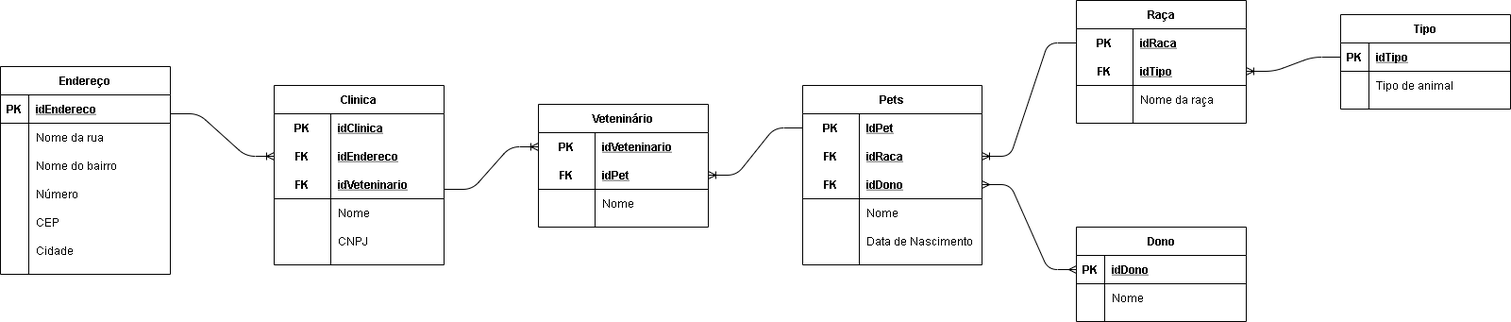
Above: SENAI-Sprint.1-BD/1.3/Modelo-Logico.png in Flavia-OlSi/SENAI-Segundo.Semestre (draw.io), before the change. Source tidied: cells renumbered, new cells last; positions are measured from the earlier drawing's top-left corner, leaving out a move shared by most shapes.
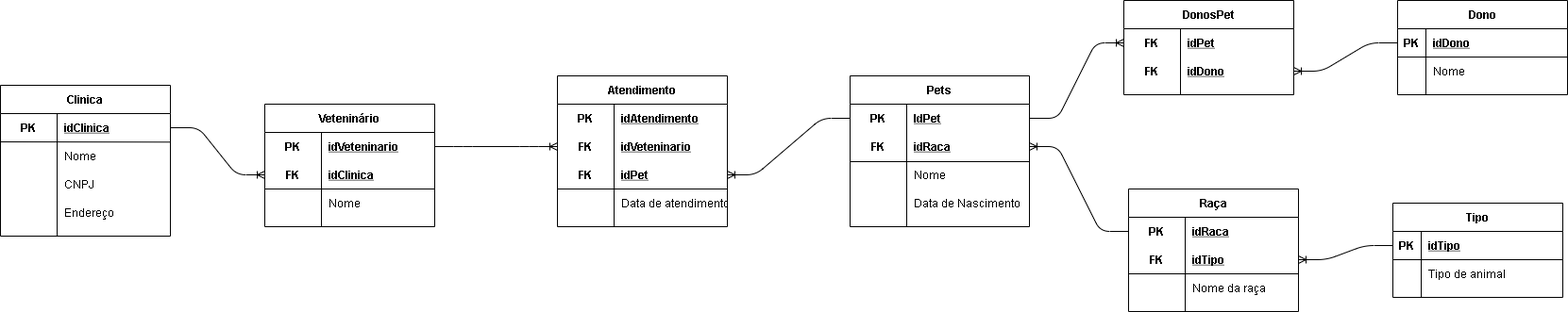
The same file after the commit.

The edit, as a diff of the source:
```diff
@@ -2,65 +2,8 @@
   <root>
     <mxCell id="0" />
     <mxCell id="1" parent="0" />
-    <mxCell id="2" value="Endereço" style="shape=table;startSize=30;rowLines=0;fontStyle=1;align=center;" parent="1" vertex="1">
-      <mxGeometry y="70" width="180" height="220" as="geometry" />
-    </mxCell>
-    <mxCell id="3" style="shape=partialRectangle;fillColor=none;top=0;left=0;bottom=1;right=0;" parent="2" vertex="1">
-      <mxGeometry y="30" width="180" height="30" as="geometry" />
-    </mxCell>
-    <mxCell id="4" value="PK" style="shape=partialRectangle;fillColor=none;top=0;left=0;bottom=0;right=0;fontStyle=1;overflow=hidden;" parent="3" vertex="1">
-      <mxGeometry width="30" height="30" as="geometry" />
-    </mxCell>
-    <mxCell id="5" value="idEndereco" style="shape=partialRectangle;fillColor=none;top=0;left=0;bottom=0;right=0;align=left;spacingLeft=6;fontStyle=5;overflow=hidden;" parent="3" vertex="1">
-      <mxGeometry x="30" width="150" height="30" as="geometry" />
-    </mxCell>
-    <mxCell id="6" style="shape=partialRectangle;fillColor=none;top=0;left=0;bottom=0;right=0;" parent="2" vertex="1">
-      <mxGeometry y="60" width="180" height="30" as="geometry" />
-    </mxCell>
-    <mxCell id="7" style="shape=partialRectangle;fillColor=none;top=0;left=0;bottom=0;right=0;overflow=hidden;" parent="6" vertex="1">
-      <mxGeometry width="30" height="30" as="geometry" />
-    </mxCell>
-    <mxCell id="8" value="Nome da rua" style="shape=partialRectangle;fillColor=none;top=0;left=0;bottom=0;right=0;align=left;spacingLeft=6;overflow=hidden;" parent="6" vertex="1">
-      <mxGeometry x="30" width="150" height="30" as="geometry" />
-    </mxCell>
-    <mxCell id="9" style="shape=partialRectangle;fillColor=none;top=0;left=0;bottom=0;right=0;" parent="2" vertex="1">
-      <mxGeometry y="90" width="180" height="30" as="geometry" />
-    </mxCell>
-    <mxCell id="10" style="shape=partialRectangle;fillColor=none;top=0;left=0;bottom=0;right=0;overflow=hidden;" parent="9" vertex="1">
-      <mxGeometry width="30" height="30" as="geometry" />
-    </mxCell>
-    <mxCell id="11" value="Nome do bairro" style="shape=partialRectangle;fillColor=none;top=0;left=0;bottom=0;right=0;align=left;spacingLeft=6;overflow=hidden;" parent="9" vertex="1">
-      <mxGeometry x="30" width="150" height="30" as="geometry" />
-    </mxCell>
-    <mxCell id="12" style="shape=partialRectangle;fillColor=none;top=0;left=0;bottom=0;right=0;" parent="2" vertex="1">
-      <mxGeometry y="120" width="180" height="30" as="geometry" />
-    </mxCell>
-    <mxCell id="13" style="shape=partialRectangle;fillColor=none;top=0;left=0;bottom=0;right=0;overflow=hidden;" parent="12" vertex="1">
-      <mxGeometry width="30" height="30" as="geometry" />
-    </mxCell>
-    <mxCell id="14" value="Número" style="shape=partialRectangle;fillColor=none;top=0;left=0;bottom=0;right=0;align=left;spacingLeft=6;overflow=hidden;" parent="12" vertex="1">
-      <mxGeometry x="30" width="150" height="30" as="geometry" />
-    </mxCell>
-    <mxCell id="15" style="shape=partialRectangle;fillColor=none;top=0;left=0;bottom=0;right=0;" parent="2" vertex="1">
-      <mxGeometry y="150" width="180" height="30" as="geometry" />
-    </mxCell>
-    <mxCell id="16" style="shape=partialRectangle;fillColor=none;top=0;left=0;bottom=0;right=0;overflow=hidden;" parent="15" vertex="1">
-      <mxGeometry width="30" height="30" as="geometry" />
-    </mxCell>
-    <mxCell id="17" value="CEP" style="shape=partialRectangle;fillColor=none;top=0;left=0;bottom=0;right=0;align=left;spacingLeft=6;overflow=hidden;" parent="15" vertex="1">
-      <mxGeometry x="30" width="150" height="30" as="geometry" />
-    </mxCell>
-    <mxCell id="18" style="shape=partialRectangle;fillColor=none;top=0;left=0;bottom=0;right=0;" parent="2" vertex="1">
-      <mxGeometry y="180" width="180" height="30" as="geometry" />
-    </mxCell>
-    <mxCell id="19" style="shape=partialRectangle;fillColor=none;top=0;left=0;bottom=0;right=0;overflow=hidden;" parent="18" vertex="1">
-      <mxGeometry width="30" height="30" as="geometry" />
-    </mxCell>
-    <mxCell id="20" value="Cidade" style="shape=partialRectangle;fillColor=none;top=0;left=0;bottom=0;right=0;align=left;spacingLeft=6;overflow=hidden;" parent="18" vertex="1">
-      <mxGeometry x="30" width="150" height="30" as="geometry" />
-    </mxCell>
     <mxCell id="21" value="Clinica" style="shape=table;startSize=30;rowLines=0;fontStyle=1;align=center;" parent="1" vertex="1">
-      <mxGeometry x="290" y="90" width="180" height="190" as="geometry" />
+      <mxGeometry y="80" width="180" height="160" as="geometry" />
     </mxCell>
     <mxCell id="22" style="shape=partialRectangle;fillColor=none;top=0;left=0;bottom=0;right=0;points=[[0,0.5],[1,0.5]];portConstraint=eastwest;" parent="21" vertex="1">
       <mxGeometry y="30" width="180" height="30" as="geometry" />
@@ -71,26 +14,8 @@
     <mxCell id="24" value="idClinica" style="shape=partialRectangle;fillColor=none;top=0;left=0;bottom=0;right=0;align=left;spacingLeft=6;fontStyle=5;overflow=hidden;" parent="22" vertex="1">
       <mxGeometry x="60" width="120" height="30" as="geometry" />
     </mxCell>
-    <mxCell id="25" style="shape=partialRectangle;fillColor=none;top=0;left=0;bottom=0;right=0;points=[[0,0.5],[1,0.5]];portConstraint=eastwest;" parent="21" vertex="1">
-      <mxGeometry y="60" width="180" height="30" as="geometry" />
-    </mxCell>
-    <mxCell id="26" value="FK" style="shape=partialRectangle;fillColor=none;top=0;left=0;bottom=0;right=0;fontStyle=1;overflow=hidden;" parent="25" vertex="1">
-      <mxGeometry width="60" height="30" as="geometry" />
-    </mxCell>
-    <mxCell id="27" value="idEndereco" style="shape=partialRectangle;fillColor=none;top=0;left=0;bottom=0;right=0;align=left;spacingLeft=6;fontStyle=5;overflow=hidden;" parent="25" vertex="1">
-      <mxGeometry x="60" width="120" height="30" as="geometry" />
-    </mxCell>
-    <mxCell id="28" style="shape=partialRectangle;fillColor=none;top=0;left=0;bottom=1;right=0;points=[[0,0.5],[1,0.5]];portConstraint=eastwest;" parent="21" vertex="1">
-      <mxGeometry y="90" width="180" height="30" as="geometry" />
-    </mxCell>
-    <mxCell id="29" value="FK" style="shape=partialRectangle;fillColor=none;top=0;left=0;bottom=0;right=0;fontStyle=1;overflow=hidden;" parent="28" vertex="1">
-      <mxGeometry width="60" height="30" as="geometry" />
-    </mxCell>
-    <mxCell id="30" value="idVeteninario" style="shape=partialRectangle;fillColor=none;top=0;left=0;bottom=0;right=0;align=left;spacingLeft=6;fontStyle=5;overflow=hidden;" parent="28" vertex="1">
-      <mxGeometry x="60" width="120" height="30" as="geometry" />
-    </mxCell>
     <mxCell id="31" style="shape=partialRectangle;fillColor=none;top=0;left=0;bottom=0;right=0;" parent="21" vertex="1">
-      <mxGeometry y="120" width="180" height="30" as="geometry" />
+      <mxGeometry y="60" width="180" height="30" as="geometry" />
     </mxCell>
     <mxCell id="32" style="shape=partialRectangle;fillColor=none;top=0;left=0;bottom=0;right=0;overflow=hidden;" parent="31" vertex="1">
       <mxGeometry width="60" height="30" as="geometry" />
@@ -99,7 +24,7 @@
       <mxGeometry x="60" width="120" height="30" as="geometry" />
     </mxCell>
     <mxCell id="34" style="shape=partialRectangle;fillColor=none;top=0;left=0;bottom=0;right=0;" parent="21" vertex="1">
-      <mxGeometry y="150" width="180" height="30" as="geometry" />
+      <mxGeometry y="90" width="180" height="30" as="geometry" />
     </mxCell>
     <mxCell id="35" style="shape=partialRectangle;fillColor=none;top=0;left=0;bottom=0;right=0;overflow=hidden;" parent="34" vertex="1">
       <mxGeometry width="60" height="30" as="geometry" />
@@ -107,8 +32,23 @@
     <mxCell id="36" value="CNPJ" style="shape=partialRectangle;fillColor=none;top=0;left=0;bottom=0;right=0;align=left;spacingLeft=6;overflow=hidden;" parent="34" vertex="1">
       <mxGeometry x="60" width="120" height="30" as="geometry" />
     </mxCell>
+    <mxCell id="93" style="shape=partialRectangle;fillColor=none;top=0;left=0;bottom=0;right=0;" parent="21" vertex="1">
+      <mxGeometry y="120" width="180" height="30" as="geometry" />
+    </mxCell>
+    <mxCell id="94" style="shape=partialRectangle;fillColor=none;top=0;left=0;bottom=0;right=0;overflow=hidden;" parent="93" vertex="1">
+      <mxGeometry width="60" height="30" as="geometry" />
+    </mxCell>
+    <mxCell id="2" value="Endereço" style="shape=partialRectangle;fillColor=none;top=0;left=0;bottom=0;right=0;align=left;spacingLeft=6;overflow=hidden;" parent="93" vertex="1">
+      <mxGeometry x="60" width="120" height="30" as="geometry" />
+    </mxCell>
+    <mxCell id="95" style="endArrow=none;html=1;entryX=0.994;entryY=-0.124;entryDx=0;entryDy=0;entryPerimeter=0;" parent="21" edge="1">
+      <mxGeometry relative="1" as="geometry">
+        <mxPoint y="60" as="sourcePoint" />
+        <mxPoint x="179.9" y="60.3" as="targetPoint" />
+      </mxGeometry>
+    </mxCell>
     <mxCell id="37" value="Veteninário" style="shape=table;startSize=30;rowLines=0;fontStyle=1;align=center;" parent="1" vertex="1">
-      <mxGeometry x="570" y="110" width="180" height="130" as="geometry" />
+      <mxGeometry x="280" y="100" width="180" height="130" as="geometry" />
     </mxCell>
     <mxCell id="38" style="shape=partialRectangle;fillColor=none;top=0;left=0;bottom=0;right=0;points=[[0,0.5],[1,0.5]];portConstraint=eastwest;" parent="37" vertex="1">
       <mxGeometry y="30" width="180" height="30" as="geometry" />
@@ -125,7 +65,7 @@
     <mxCell id="42" value="FK" style="shape=partialRectangle;fillColor=none;top=0;left=0;bottom=0;right=0;fontStyle=1;overflow=hidden;" parent="41" vertex="1">
       <mxGeometry width="60" height="30" as="geometry" />
     </mxCell>
-    <mxCell id="43" value="idPet" style="shape=partialRectangle;fillColor=none;top=0;left=0;bottom=0;right=0;align=left;spacingLeft=6;fontStyle=5;overflow=hidden;" parent="41" vertex="1">
+    <mxCell id="43" value="idClinica" style="shape=partialRectangle;fillColor=none;top=0;left=0;bottom=0;right=0;align=left;spacingLeft=6;fontStyle=5;overflow=hidden;" parent="41" vertex="1">
       <mxGeometry x="60" width="120" height="30" as="geometry" />
     </mxCell>
     <mxCell id="44" style="shape=partialRectangle;fillColor=none;top=0;left=0;bottom=0;right=0;" parent="37" vertex="1">
@@ -138,7 +78,7 @@
       <mxGeometry x="60" width="120" height="30" as="geometry" />
     </mxCell>
     <mxCell id="47" value="Pets" style="shape=table;startSize=30;rowLines=0;fontStyle=1;align=center;" parent="1" vertex="1">
-      <mxGeometry x="850" y="90" width="190" height="190" as="geometry" />
+      <mxGeometry x="900" y="70" width="190" height="160" as="geometry" />
     </mxCell>
     <mxCell id="48" style="shape=partialRectangle;fillColor=none;top=0;left=0;bottom=0;right=0;points=[[0,0.5],[1,0.5]];portConstraint=eastwest;" parent="47" vertex="1">
       <mxGeometry y="30" width="190" height="30" as="geometry" />
@@ -158,17 +98,8 @@
     <mxCell id="53" value="idRaca" style="shape=partialRectangle;fillColor=none;top=0;left=0;bottom=0;right=0;align=left;spacingLeft=6;fontStyle=5;overflow=hidden;" parent="51" vertex="1">
       <mxGeometry x="60" width="130" height="30" as="geometry" />
     </mxCell>
-    <mxCell id="54" style="shape=partialRectangle;fillColor=none;top=0;left=0;bottom=1;right=0;points=[[0,0.5],[1,0.5]];portConstraint=eastwest;" parent="47" vertex="1">
-      <mxGeometry y="90" width="190" height="30" as="geometry" />
-    </mxCell>
-    <mxCell id="55" value="FK" style="shape=partialRectangle;fillColor=none;top=0;left=0;bottom=0;right=0;fontStyle=1;overflow=hidden;" parent="54" vertex="1">
-      <mxGeometry width="60" height="30" as="geometry" />
-    </mxCell>
-    <mxCell id="56" value="idDono" style="shape=partialRectangle;fillColor=none;top=0;left=0;bottom=0;right=0;align=left;spacingLeft=6;fontStyle=5;overflow=hidden;" parent="54" vertex="1">
-      <mxGeometry x="60" width="130" height="30" as="geometry" />
-    </mxCell>
     <mxCell id="57" style="shape=partialRectangle;fillColor=none;top=0;left=0;bottom=0;right=0;" parent="47" vertex="1">
-      <mxGeometry y="120" width="190" height="30" as="geometry" />
+      <mxGeometry y="90" width="190" height="30" as="geometry" />
     </mxCell>
     <mxCell id="58" style="shape=partialRectangle;fillColor=none;top=0;left=0;bottom=0;right=0;overflow=hidden;" parent="57" vertex="1">
       <mxGeometry width="60" height="30" as="geometry" />
@@ -177,7 +108,7 @@
       <mxGeometry x="60" width="130" height="30" as="geometry" />
     </mxCell>
     <mxCell id="60" style="shape=partialRectangle;fillColor=none;top=0;left=0;bottom=0;right=0;" parent="47" vertex="1">
-      <mxGeometry y="150" width="190" height="30" as="geometry" />
+      <mxGeometry y="120" width="190" height="30" as="geometry" />
     </mxCell>
     <mxCell id="61" style="shape=partialRectangle;fillColor=none;top=0;left=0;bottom=0;right=0;overflow=hidden;" parent="60" vertex="1">
       <mxGeometry width="60" height="30" as="geometry" />
@@ -186,7 +117,7 @@
       <mxGeometry x="60" width="130" height="30" as="geometry" />
     </mxCell>
     <mxCell id="63" value="Tipo" style="shape=table;startSize=30;rowLines=0;fontStyle=1;align=center;" parent="1" vertex="1">
-      <mxGeometry x="1420" y="15" width="180" height="100" as="geometry" />
+      <mxGeometry x="1475" y="205" width="180" height="100" as="geometry" />
     </mxCell>
     <mxCell id="64" style="shape=partialRectangle;fillColor=none;top=0;left=0;bottom=1;right=0;points=[[0,0.5],[1,0.5]];portConstraint=eastwest;" parent="63" vertex="1">
       <mxGeometry y="30" width="180" height="30" as="geometry" />
@@ -207,7 +138,7 @@
       <mxGeometry x="30" width="150" height="30" as="geometry" />
     </mxCell>
     <mxCell id="70" value="Raça" style="shape=table;startSize=30;rowLines=0;fontStyle=1;align=center;" parent="1" vertex="1">
-      <mxGeometry x="1140" width="180" height="130" as="geometry" />
+      <mxGeometry x="1195" y="190" width="180" height="130" as="geometry" />
     </mxCell>
     <mxCell id="71" style="shape=partialRectangle;fillColor=none;top=0;left=0;bottom=0;right=0;points=[[0,0.5],[1,0.5]];portConstraint=eastwest;" parent="70" vertex="1">
       <mxGeometry y="30" width="180" height="30" as="geometry" />
@@ -237,7 +168,7 @@
       <mxGeometry x="60" width="120" height="30" as="geometry" />
     </mxCell>
     <mxCell id="80" value="Dono" style="shape=table;startSize=30;rowLines=0;fontStyle=1;align=center;" parent="1" vertex="1">
-      <mxGeometry x="1140" y="240" width="180" height="100" as="geometry" />
+      <mxGeometry x="1480" y="-10" width="180" height="100" as="geometry" />
     </mxCell>
     <mxCell id="81" style="shape=partialRectangle;fillColor=none;top=0;left=0;bottom=1;right=0;points=[[0,0.5],[1,0.5]];portConstraint=eastwest;" parent="80" vertex="1">
       <mxGeometry y="30" width="180" height="30" as="geometry" />
@@ -257,27 +188,91 @@
     <mxCell id="86" value="Nome" style="shape=partialRectangle;fillColor=none;top=0;left=0;bottom=0;right=0;align=left;spacingLeft=6;overflow=hidden;" parent="84" vertex="1">
       <mxGeometry x="30" width="150" height="30" as="geometry" />
     </mxCell>
-    <mxCell id="87" style="edgeStyle=entityRelationEdgeStyle;fontSize=12;html=1;endArrow=ERoneToMany;entryX=0;entryY=0.5;entryDx=0;entryDy=0;" parent="1" edge="1" target="25">
-      <mxGeometry relative="1" as="geometry">
-        <mxPoint x="180" y="120" as="sourcePoint" />
-      </mxGeometry>
-    </mxCell>
-    <mxCell id="88" style="edgeStyle=entityRelationEdgeStyle;fontSize=12;html=1;endArrow=ERoneToMany;entryX=0;entryY=0.5;entryDx=0;entryDy=0;" parent="1" edge="1" target="38">
-      <mxGeometry relative="1" as="geometry">
-        <mxPoint x="470" y="200" as="sourcePoint" />
-      </mxGeometry>
+    <mxCell id="88" style="edgeStyle=entityRelationEdgeStyle;fontSize=12;html=1;endArrow=ERoneToMany;entryX=0;entryY=0.5;entryDx=0;entryDy=0;exitX=1;exitY=0.5;exitDx=0;exitDy=0;" parent="1" edge="1" source="22" target="41">
+      <mxGeometry relative="1" as="geometry" />
     </mxCell>
-    <mxCell id="89" style="edgeStyle=entityRelationEdgeStyle;fontSize=12;html=1;endArrow=ERoneToMany;exitX=0;exitY=0.5;exitDx=0;exitDy=0;entryX=1;entryY=0.5;entryDx=0;entryDy=0;" parent="1" edge="1" source="48" target="41">
-      <mxGeometry relative="1" as="geometry" />
-    </mxCell>
     <mxCell id="90" style="edgeStyle=entityRelationEdgeStyle;fontSize=12;html=1;endArrow=ERoneToMany;exitX=0;exitY=0.5;exitDx=0;exitDy=0;" parent="1" edge="1" source="71" target="51">
       <mxGeometry relative="1" as="geometry" />
     </mxCell>
-    <mxCell id="91" style="edgeStyle=entityRelationEdgeStyle;fontSize=12;html=1;endArrow=ERmany;startArrow=ERmany;exitX=0;exitY=0.5;exitDx=0;exitDy=0;entryX=1;entryY=0.5;entryDx=0;entryDy=0;" parent="1" edge="1" source="81" target="54">
-      <mxGeometry relative="1" as="geometry" />
-    </mxCell>
     <mxCell id="92" style="edgeStyle=entityRelationEdgeStyle;fontSize=12;html=1;endArrow=ERoneToMany;entryX=1;entryY=0.5;entryDx=0;entryDy=0;" parent="1" edge="1" source="64" target="74">
       <mxGeometry relative="1" as="geometry" />
     </mxCell>
+    <mxCell id="96" value="Atendimento" style="shape=table;startSize=30;rowLines=0;fontStyle=1;align=center;" parent="1" vertex="1">
+      <mxGeometry x="590" y="70" width="180" height="160" as="geometry" />
+    </mxCell>
+    <mxCell id="97" style="shape=partialRectangle;fillColor=none;top=0;left=0;bottom=0;right=0;" parent="96" vertex="1">
+      <mxGeometry y="30" width="180" height="30" as="geometry" />
+    </mxCell>
+    <mxCell id="4" value="PK" style="shape=partialRectangle;fillColor=none;top=0;left=0;bottom=0;right=0;fontStyle=1;overflow=hidden;" parent="97" vertex="1">
+      <mxGeometry width="60" height="30" as="geometry" />
+    </mxCell>
+    <mxCell id="98" value="idAtendimento" style="shape=partialRectangle;fillColor=none;top=0;left=0;bottom=0;right=0;align=left;spacingLeft=6;fontStyle=5;overflow=hidden;" parent="97" vertex="1">
+      <mxGeometry x="60" width="120" height="30" as="geometry" />
+    </mxCell>
+    <mxCell id="99" style="shape=partialRectangle;fillColor=none;top=0;left=0;bottom=0;right=0;points=[[0,0.5],[1,0.5]];portConstraint=eastwest;" parent="96" vertex="1">
+      <mxGeometry y="60" width="180" height="30" as="geometry" />
+    </mxCell>
+    <mxCell id="100" value="FK" style="shape=partialRectangle;fillColor=none;top=0;left=0;bottom=0;right=0;fontStyle=1;overflow=hidden;" parent="99" vertex="1">
+      <mxGeometry width="60" height="30" as="geometry" />
+    </mxCell>
+    <mxCell id="30" value="idVeteninario" style="shape=partialRectangle;fillColor=none;top=0;left=0;bottom=0;right=0;align=left;spacingLeft=6;fontStyle=5;overflow=hidden;" parent="99" vertex="1">
+      <mxGeometry x="60" width="120" height="30" as="geometry" />
+    </mxCell>
+    <mxCell id="28" style="shape=partialRectangle;fillColor=none;top=0;left=0;bottom=1;right=0;points=[[0,0.5],[1,0.5]];portConstraint=eastwest;" parent="96" vertex="1">
+      <mxGeometry y="90" width="180" height="30" as="geometry" />
+    </mxCell>
+    <mxCell id="101" value="FK" style="shape=partialRectangle;fillColor=none;top=0;left=0;bottom=0;right=0;fontStyle=1;overflow=hidden;" parent="28" vertex="1">
+      <mxGeometry width="60" height="30" as="geometry" />
+    </mxCell>
+    <mxCell id="102" value="idPet" style="shape=partialRectangle;fillColor=none;top=0;left=0;bottom=0;right=0;align=left;spacingLeft=6;fontStyle=5;overflow=hidden;" parent="28" vertex="1">
+      <mxGeometry x="60" width="120" height="30" as="geometry" />
+    </mxCell>
+    <mxCell id="103" style="shape=partialRectangle;fillColor=none;top=0;left=0;bottom=0;right=0;" parent="96" vertex="1">
+      <mxGeometry y="120" width="180" height="30" as="geometry" />
+    </mxCell>
+    <mxCell id="104" style="shape=partialRectangle;fillColor=none;top=0;left=0;bottom=0;right=0;overflow=hidden;" parent="103" vertex="1">
+      <mxGeometry width="60" height="30" as="geometry" />
+    </mxCell>
+    <mxCell id="105" value="Data de atendimento" style="shape=partialRectangle;fillColor=none;top=0;left=0;bottom=0;right=0;align=left;spacingLeft=6;overflow=hidden;" parent="103" vertex="1">
+      <mxGeometry x="60" width="120" height="30" as="geometry" />
+    </mxCell>
+    <mxCell id="106" style="edgeStyle=entityRelationEdgeStyle;fontSize=12;html=1;endArrow=ERoneToMany;entryX=0;entryY=0.5;entryDx=0;entryDy=0;exitX=1;exitY=0.5;exitDx=0;exitDy=0;" parent="1" edge="1" source="38" target="99">
+      <mxGeometry relative="1" as="geometry" />
+    </mxCell>
+    <mxCell id="107" style="edgeStyle=entityRelationEdgeStyle;fontSize=12;html=1;endArrow=ERoneToMany;exitX=0;exitY=0.5;exitDx=0;exitDy=0;entryX=1;entryY=0.5;entryDx=0;entryDy=0;" parent="1" edge="1" source="48" target="28">
+      <mxGeometry relative="1" as="geometry" />
+    </mxCell>
+    <mxCell id="108" value="DonosPet" style="shape=table;startSize=30;rowLines=0;fontStyle=1;align=center;" parent="1" vertex="1">
+      <mxGeometry x="1190" y="-10" width="180" height="100" as="geometry" />
+    </mxCell>
+    <mxCell id="109" style="shape=partialRectangle;fillColor=none;top=0;left=0;bottom=0;right=0;points=[[0,0.5],[1,0.5]];portConstraint=eastwest;" parent="108" vertex="1">
+      <mxGeometry y="30" width="180" height="30" as="geometry" />
+    </mxCell>
+    <mxCell id="110" value="FK" style="shape=partialRectangle;fillColor=none;top=0;left=0;bottom=0;right=0;fontStyle=1;overflow=hidden;" parent="109" vertex="1">
+      <mxGeometry width="60" height="30" as="geometry" />
+    </mxCell>
+    <mxCell id="111" value="idPet" style="shape=partialRectangle;fillColor=none;top=0;left=0;bottom=0;right=0;align=left;spacingLeft=6;fontStyle=5;overflow=hidden;" parent="109" vertex="1">
+      <mxGeometry x="60" width="120" height="30" as="geometry" />
+    </mxCell>
+    <mxCell id="112" style="shape=partialRectangle;fillColor=none;top=0;left=0;bottom=0;right=0;points=[[0,0.5],[1,0.5]];portConstraint=eastwest;" parent="108" vertex="1">
+      <mxGeometry y="60" width="180" height="30" as="geometry" />
+    </mxCell>
+    <mxCell id="113" value="FK" style="shape=partialRectangle;fillColor=none;top=0;left=0;bottom=0;right=0;fontStyle=1;overflow=hidden;" parent="112" vertex="1">
+      <mxGeometry width="60" height="30" as="geometry" />
+    </mxCell>
+    <mxCell id="56" value="idDono" style="shape=partialRectangle;fillColor=none;top=0;left=0;bottom=0;right=0;align=left;spacingLeft=6;fontStyle=5;overflow=hidden;" parent="112" vertex="1">
+      <mxGeometry x="60" width="120" height="30" as="geometry" />
+    </mxCell>
+    <mxCell id="114" style="edgeStyle=entityRelationEdgeStyle;fontSize=12;html=1;endArrow=ERoneToMany;entryX=0;entryY=0.5;entryDx=0;entryDy=0;" parent="1" edge="1" target="109">
+      <mxGeometry relative="1" as="geometry">
+        <mxPoint x="1090" y="115" as="sourcePoint" />
+      </mxGeometry>
+    </mxCell>
+    <mxCell id="115" style="line;strokeWidth=1;dashed=0;labelPosition=right;align=left;verticalAlign=middle;spacingTop=0;spacingLeft=6;" parent="1" vertex="1">
+      <mxGeometry x="900" y="156" width="190" height="10" as="geometry" />
+    </mxCell>
+    <mxCell id="116" style="edgeStyle=entityRelationEdgeStyle;fontSize=12;html=1;endArrow=ERoneToMany;entryX=1;entryY=0.5;entryDx=0;entryDy=0;exitX=0;exitY=0.5;exitDx=0;exitDy=0;" parent="1" edge="1" source="81" target="112">
+      <mxGeometry relative="1" as="geometry" />
+    </mxCell>
   </root>
 </mxGraphModel>
```
